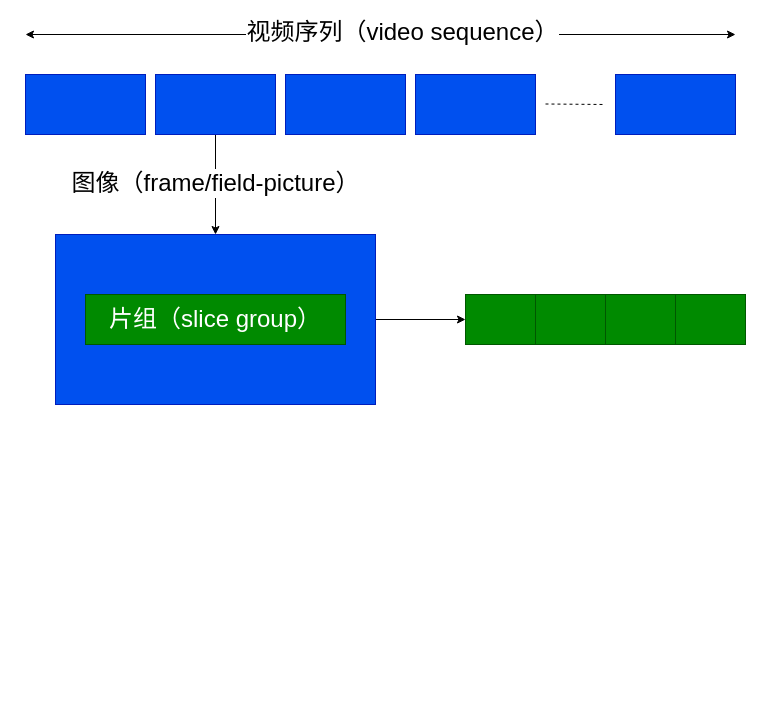
This is h264_stream_struct.drawio from flcker/drawio, a draw.io file, before an edit. Source tidied: cells renumbered, new cells numbered last; positions are measured from the earlier drawing's top-left corner, leaving out a move shared by most shapes. Both pictures are drawn from the tidied source at 100%, with x=0, y=0 at pixel (25, 34).
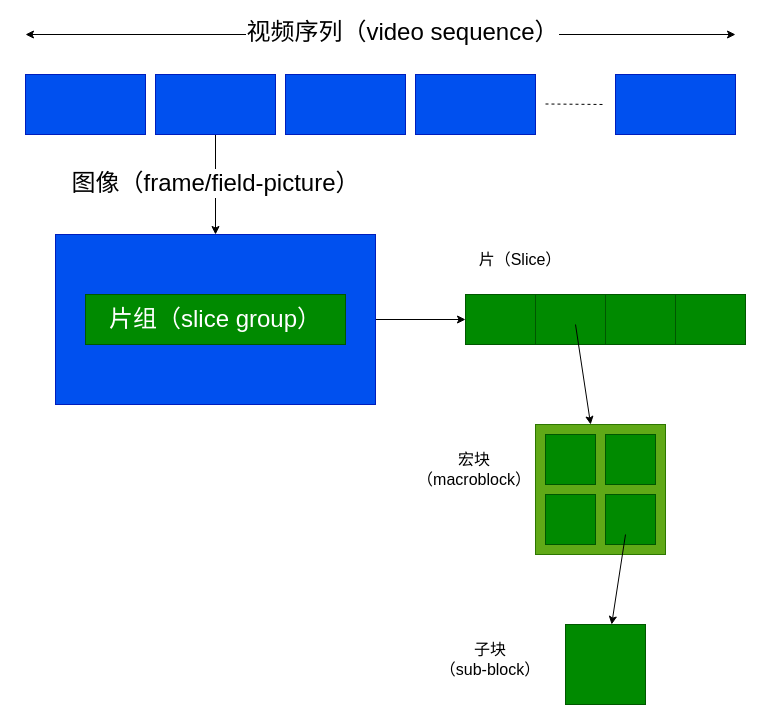
The same page after the edit.

Change to the diagram source:
```diff
@@
+    <mxCell id="19" value="片（Slice）" style="text;html=1;strokeColor=none;fillColor=none;align=center;verticalAlign=middle;whiteSpace=wrap;rounded=0;fontSize=16;" parent="1" vertex="1">
+      <mxGeometry x="450" y="210" width="90" height="30" as="geometry" />
+    </mxCell>
+    <mxCell id="20" style="whiteSpace=wrap;html=1;fontSize=16;fillColor=#60a917;fontColor=#ffffff;strokeColor=#2D7600;" parent="1" vertex="1">
+      <mxGeometry x="510" y="390" width="130" height="130" as="geometry" />
+    </mxCell>
+    <mxCell id="21" style="endArrow=classic;html=1;rounded=0;fontSize=16;" parent="1" edge="1" target="20">
+      <mxGeometry relative="1" as="geometry">
+        <mxPoint x="550" y="290" as="sourcePoint" />
+      </mxGeometry>
+    </mxCell>
+    <mxCell id="22" style="whiteSpace=wrap;html=1;fontSize=16;fillColor=#008a00;fontColor=#ffffff;strokeColor=#005700;" parent="1" vertex="1">
+      <mxGeometry x="520" y="400" width="50" height="50" as="geometry" />
+    </mxCell>
+    <mxCell id="23" style="whiteSpace=wrap;html=1;fontSize=16;fillColor=#008a00;fontColor=#ffffff;strokeColor=#005700;" parent="1" vertex="1">
+      <mxGeometry x="520" y="460" width="50" height="50" as="geometry" />
+    </mxCell>
+    <mxCell id="24" style="whiteSpace=wrap;html=1;fontSize=16;fillColor=#008a00;fontColor=#ffffff;strokeColor=#005700;" parent="1" vertex="1">
+      <mxGeometry x="580" y="460" width="50" height="50" as="geometry" />
+    </mxCell>
+    <mxCell id="25" style="whiteSpace=wrap;html=1;fontSize=16;fillColor=#008a00;fontColor=#ffffff;strokeColor=#005700;" parent="1" vertex="1">
+      <mxGeometry x="580" y="400" width="50" height="50" as="geometry" />
+    </mxCell>
+    <mxCell id="26" value="宏块（macroblock）" style="text;html=1;strokeColor=none;fillColor=none;align=center;verticalAlign=middle;whiteSpace=wrap;rounded=0;fontSize=16;" parent="1" vertex="1">
+      <mxGeometry x="394" y="420" width="110" height="30" as="geometry" />
+    </mxCell>
+    <mxCell id="27" style="whiteSpace=wrap;html=1;fontSize=16;fillColor=#008a00;fontColor=#ffffff;strokeColor=#005700;" parent="1" vertex="1">
+      <mxGeometry x="540" y="590" width="80" height="80" as="geometry" />
+    </mxCell>
+    <mxCell id="28" style="endArrow=classic;html=1;rounded=0;fontSize=16;" parent="1" edge="1" target="27">
+      <mxGeometry relative="1" as="geometry">
+        <mxPoint x="600" y="500" as="sourcePoint" />
+      </mxGeometry>
+    </mxCell>
+    <mxCell id="29" value="子块&lt;br&gt;（sub-block）" style="text;html=1;strokeColor=none;fillColor=none;align=center;verticalAlign=middle;whiteSpace=wrap;rounded=0;fontSize=16;" parent="1" vertex="1">
+      <mxGeometry x="410" y="610" width="110" height="30" as="geometry" />
+    </mxCell>
```
